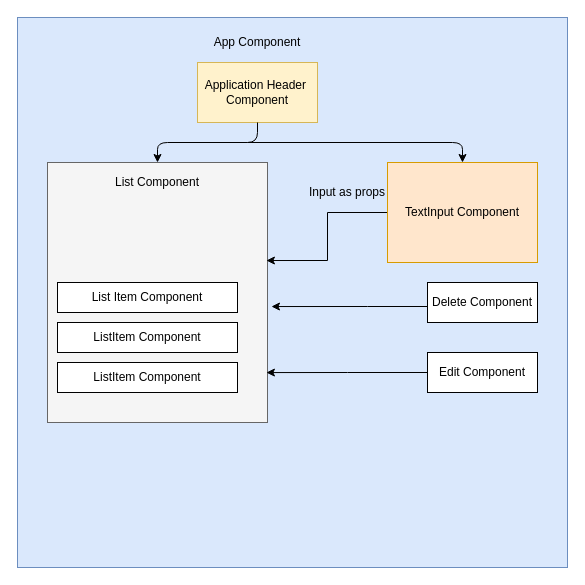
This is Untitled Diagram.drawio from Harshvardhanvipat/todo-app, a draw.io file, before an edit. Source tidied: cells renumbered, new cells numbered last; positions are measured from the earlier drawing's top-left corner, leaving out a move shared by most shapes. Both pictures are drawn from the tidied source at 100%, with x=0, y=0 at pixel (17, 17).
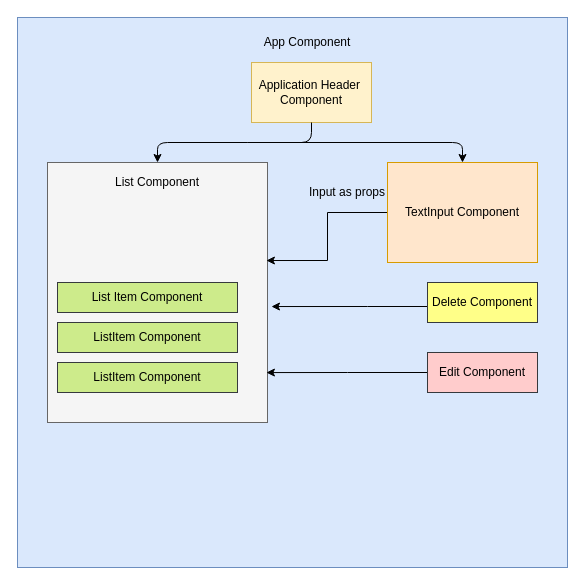
The same diagram, later.

The change refers to these unchanged cells:
```xml
<mxCell id="4" style="rounded=0;whiteSpace=wrap;html=1;fillColor=#f5f5f5;strokeColor=#666666;fontColor=#333333;" parent="1" vertex="1">
  <mxGeometry x="30" y="145" width="220" height="260" as="geometry" />
</mxCell>
```

The edit, as a diff of the source:
```diff
@@
     <mxCell id="5" value="App Component" style="text;html=1;strokeColor=none;fillColor=none;align=center;verticalAlign=middle;whiteSpace=wrap;rounded=0;" parent="1" vertex="1">
-      <mxGeometry x="190" y="15" width="100" height="20" as="geometry" />
+      <mxGeometry x="240" y="15" width="100" height="20" as="geometry" />
     </mxCell>
     <mxCell id="6" value="Application Header&amp;nbsp;&lt;br&gt;Component&lt;br&gt;" style="rounded=0;whiteSpace=wrap;html=1;fillColor=#fff2cc;strokeColor=#d6b656;" parent="1" vertex="1">
-      <mxGeometry x="180" y="45" width="120" height="60" as="geometry" />
+      <mxGeometry x="234" y="45" width="120" height="60" as="geometry" />
     </mxCell>
-    <mxCell id="7" value="ListItem Component" style="rounded=0;whiteSpace=wrap;html=1;" parent="1" vertex="1">
+    <mxCell id="7" value="ListItem Component" style="rounded=0;whiteSpace=wrap;html=1;fillColor=#cdeb8b;strokeColor=#36393d;" parent="1" vertex="1">
       <mxGeometry x="40" y="345" width="180" height="30" as="geometry" />
     </mxCell>
-    <mxCell id="8" value="ListItem Component" style="rounded=0;whiteSpace=wrap;html=1;" parent="1" vertex="1">
+    <mxCell id="8" value="ListItem Component" style="rounded=0;whiteSpace=wrap;html=1;fillColor=#cdeb8b;strokeColor=#36393d;" parent="1" vertex="1">
       <mxGeometry x="40" y="305" width="180" height="30" as="geometry" />
     </mxCell>
-    <mxCell id="9" value="List Item Component" style="rounded=0;whiteSpace=wrap;html=1;" parent="1" vertex="1">
+    <mxCell id="9" value="List Item Component" style="rounded=0;whiteSpace=wrap;html=1;fillColor=#cdeb8b;strokeColor=#36393d;" parent="1" vertex="1">
       <mxGeometry x="40" y="265" width="180" height="30" as="geometry" />
     </mxCell>
@@
     <mxCell id="15" style="endArrow=classic;html=1;exitX=0.5;exitY=1;exitDx=0;exitDy=0;entryX=0.5;entryY=0;entryDx=0;entryDy=0;" parent="1" edge="1" source="6" target="4">
       <mxGeometry relative="1" as="geometry">
         <Array as="points">
+          <mxPoint x="294" y="125" />
           <mxPoint x="240" y="125" />
           <mxPoint x="140" y="125" />
         </Array>
       </mxGeometry>
     </mxCell>
@@
-    <mxCell id="17" value="Delete Component" style="rounded=0;whiteSpace=wrap;html=1;" parent="1" vertex="1">
+    <mxCell id="17" value="Delete Component" style="rounded=0;whiteSpace=wrap;html=1;fillColor=#ffff88;strokeColor=#36393d;" parent="1" vertex="1">
       <mxGeometry x="410" y="265" width="110" height="40" as="geometry" />
     </mxCell>
@@
-    <mxCell id="19" value="Edit Component" style="rounded=0;whiteSpace=wrap;html=1;" parent="1" vertex="1">
+    <mxCell id="19" value="Edit Component" style="rounded=0;whiteSpace=wrap;html=1;fillColor=#ffcccc;strokeColor=#36393d;" parent="1" vertex="1">
       <mxGeometry x="410" y="335" width="110" height="40" as="geometry" />
     </mxCell>
```
